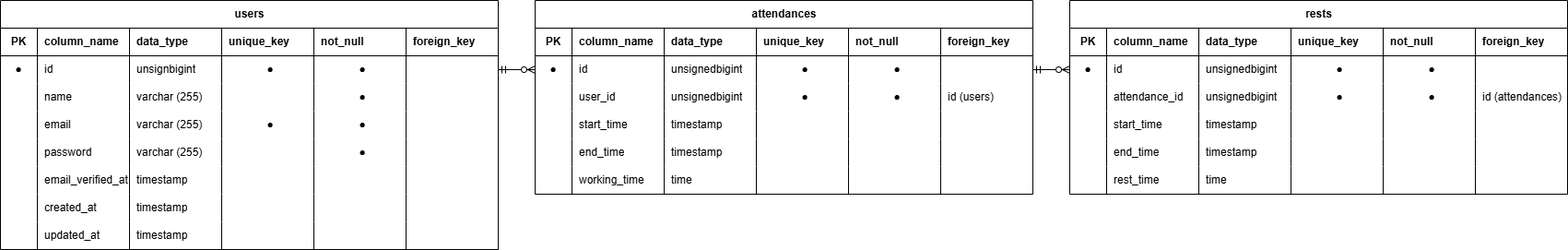
The draw.io diagram ER.png in TsuneoHakoyama/Atte, before a commit. Source tidied: cells renumbered, new cells last; positions are measured from the earlier drawing's top-left corner, leaving out a move shared by most shapes.
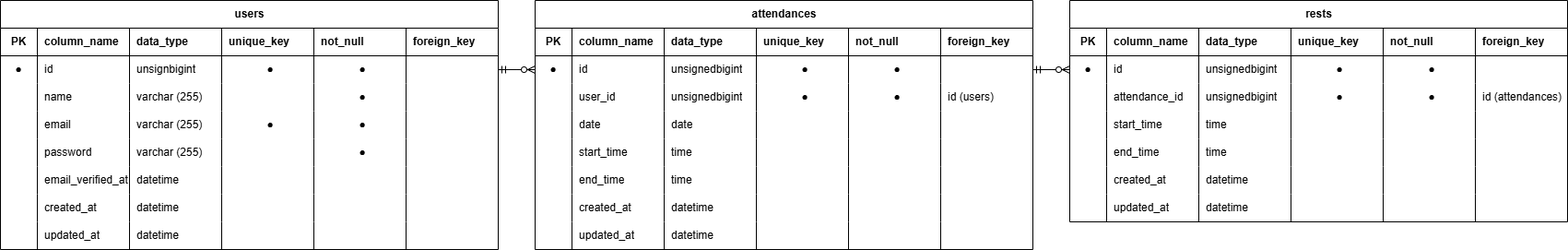
The same file after the commit.

Diff of the diagram source:
```diff
@@ -119,7 +119,7 @@
     <mxCell id="40" value="email_verified_at" style="shape=partialRectangle;fillColor=none;top=0;left=0;bottom=0;right=0;align=left;spacingLeft=6;overflow=hidden;whiteSpace=wrap;html=1;" parent="38" vertex="1">
       <mxGeometry x="40" width="100" height="30" as="geometry" />
     </mxCell>
-    <mxCell id="41" value="timestamp" style="shape=partialRectangle;fillColor=none;top=0;left=0;bottom=0;right=0;align=left;spacingLeft=6;overflow=hidden;whiteSpace=wrap;html=1;" parent="38" vertex="1">
+    <mxCell id="41" value="datetime" style="shape=partialRectangle;fillColor=none;top=0;left=0;bottom=0;right=0;align=left;spacingLeft=6;overflow=hidden;whiteSpace=wrap;html=1;" parent="38" vertex="1">
       <mxGeometry x="140" width="100" height="30" as="geometry" />
     </mxCell>
     <mxCell id="42" style="shape=partialRectangle;fillColor=none;top=0;left=0;bottom=0;right=0;align=left;spacingLeft=6;overflow=hidden;whiteSpace=wrap;html=1;" parent="38" vertex="1">
@@ -140,7 +140,7 @@
     <mxCell id="47" value="created_at" style="shape=partialRectangle;fillColor=none;top=0;left=0;bottom=0;right=0;align=left;spacingLeft=6;overflow=hidden;whiteSpace=wrap;html=1;" parent="45" vertex="1">
       <mxGeometry x="40" width="100" height="30" as="geometry" />
     </mxCell>
-    <mxCell id="48" value="&lt;span style=&quot;color: rgb(0, 0, 0);&quot;&gt;timestamp&lt;/span&gt;" style="shape=partialRectangle;fillColor=none;top=0;left=0;bottom=0;right=0;align=left;spacingLeft=6;overflow=hidden;whiteSpace=wrap;html=1;" parent="45" vertex="1">
+    <mxCell id="48" value="datetime" style="shape=partialRectangle;fillColor=none;top=0;left=0;bottom=0;right=0;align=left;spacingLeft=6;overflow=hidden;whiteSpace=wrap;html=1;" parent="45" vertex="1">
       <mxGeometry x="140" width="100" height="30" as="geometry" />
     </mxCell>
     <mxCell id="49" style="shape=partialRectangle;fillColor=none;top=0;left=0;bottom=0;right=0;align=left;spacingLeft=6;overflow=hidden;whiteSpace=wrap;html=1;" parent="45" vertex="1">
@@ -161,7 +161,7 @@
     <mxCell id="54" value="updated_at" style="shape=partialRectangle;fillColor=none;top=0;left=0;bottom=0;right=0;align=left;spacingLeft=6;overflow=hidden;whiteSpace=wrap;html=1;" parent="52" vertex="1">
       <mxGeometry x="40" width="100" height="30" as="geometry" />
     </mxCell>
-    <mxCell id="55" value="&lt;span style=&quot;color: rgb(0, 0, 0);&quot;&gt;timestamp&lt;/span&gt;" style="shape=partialRectangle;fillColor=none;top=0;left=0;bottom=0;right=0;align=left;spacingLeft=6;overflow=hidden;whiteSpace=wrap;html=1;" parent="52" vertex="1">
+    <mxCell id="55" value="datetime" style="shape=partialRectangle;fillColor=none;top=0;left=0;bottom=0;right=0;align=left;spacingLeft=6;overflow=hidden;whiteSpace=wrap;html=1;" parent="52" vertex="1">
       <mxGeometry x="140" width="100" height="30" as="geometry" />
     </mxCell>
     <mxCell id="56" style="shape=partialRectangle;fillColor=none;top=0;left=0;bottom=0;right=0;align=left;spacingLeft=6;overflow=hidden;whiteSpace=wrap;html=1;" parent="52" vertex="1">
@@ -174,7 +174,7 @@
       <mxGeometry x="440" width="100" height="30" as="geometry" />
     </mxCell>
     <mxCell id="59" value="attendances" style="shape=table;startSize=30;rowLines=0;fontStyle=1;align=center;html=1;" parent="1" vertex="1">
-      <mxGeometry x="580" width="540" height="210" as="geometry" />
+      <mxGeometry x="580" width="540" height="270" as="geometry" />
     </mxCell>
     <mxCell id="60" style="shape=tableRow;horizontal=0;startSize=0;swimlaneHead=0;swimlaneBody=0;fillColor=none;top=0;left=0;right=0;bottom=1;" parent="59" vertex="1">
       <mxGeometry y="30" width="540" height="30" as="geometry" />
@@ -239,8 +239,29 @@
     <mxCell id="80" value="id (users)" style="shape=partialRectangle;fillColor=none;top=0;left=0;bottom=0;right=0;align=left;spacingLeft=6;overflow=hidden;whiteSpace=wrap;html=1;" parent="74" vertex="1">
       <mxGeometry x="440" width="100" height="30" as="geometry" />
     </mxCell>
+    <mxCell id="147" style="shape=tableRow;horizontal=0;startSize=0;swimlaneHead=0;swimlaneBody=0;fillColor=none;top=0;left=0;right=0;bottom=0;" parent="59" vertex="1">
+      <mxGeometry y="120" width="540" height="30" as="geometry" />
+    </mxCell>
+    <mxCell id="148" style="shape=partialRectangle;fillColor=none;top=0;left=0;bottom=0;right=0;overflow=hidden;whiteSpace=wrap;html=1;" parent="147" vertex="1">
+      <mxGeometry width="40" height="30" as="geometry" />
+    </mxCell>
+    <mxCell id="149" value="date" style="shape=partialRectangle;fillColor=none;top=0;left=0;bottom=0;right=0;align=left;spacingLeft=6;overflow=hidden;whiteSpace=wrap;html=1;" parent="147" vertex="1">
+      <mxGeometry x="40" width="100" height="30" as="geometry" />
+    </mxCell>
+    <mxCell id="150" value="date" style="shape=partialRectangle;fillColor=none;top=0;left=0;bottom=0;right=0;align=left;spacingLeft=6;overflow=hidden;whiteSpace=wrap;html=1;" parent="147" vertex="1">
+      <mxGeometry x="140" width="100" height="30" as="geometry" />
+    </mxCell>
+    <mxCell id="151" style="shape=partialRectangle;fillColor=none;top=0;left=0;bottom=0;right=0;align=left;spacingLeft=6;overflow=hidden;whiteSpace=wrap;html=1;" parent="147" vertex="1">
+      <mxGeometry x="240" width="100" height="30" as="geometry" />
+    </mxCell>
+    <mxCell id="152" style="shape=partialRectangle;fillColor=none;top=0;left=0;bottom=0;right=0;align=center;spacingLeft=6;overflow=hidden;whiteSpace=wrap;html=1;" parent="147" vertex="1">
+      <mxGeometry x="340" width="100" height="30" as="geometry" />
+    </mxCell>
+    <mxCell id="153" style="shape=partialRectangle;fillColor=none;top=0;left=0;bottom=0;right=0;align=left;spacingLeft=6;overflow=hidden;whiteSpace=wrap;html=1;" parent="147" vertex="1">
+      <mxGeometry x="440" width="100" height="30" as="geometry" />
+    </mxCell>
     <mxCell id="81" style="shape=tableRow;horizontal=0;startSize=0;swimlaneHead=0;swimlaneBody=0;fillColor=none;top=0;left=0;right=0;bottom=0;" parent="59" vertex="1">
-      <mxGeometry y="120" width="540" height="30" as="geometry" />
+      <mxGeometry y="150" width="540" height="30" as="geometry" />
     </mxCell>
     <mxCell id="82" style="shape=partialRectangle;fillColor=none;top=0;left=0;bottom=0;right=0;overflow=hidden;whiteSpace=wrap;html=1;" parent="81" vertex="1">
       <mxGeometry width="40" height="30" as="geometry" />
@@ -248,7 +269,7 @@
     <mxCell id="83" value="start_time" style="shape=partialRectangle;fillColor=none;top=0;left=0;bottom=0;right=0;align=left;spacingLeft=6;overflow=hidden;whiteSpace=wrap;html=1;" parent="81" vertex="1">
       <mxGeometry x="40" width="100" height="30" as="geometry" />
     </mxCell>
-    <mxCell id="84" value="timestamp" style="shape=partialRectangle;fillColor=none;top=0;left=0;bottom=0;right=0;align=left;spacingLeft=6;overflow=hidden;whiteSpace=wrap;html=1;" parent="81" vertex="1">
+    <mxCell id="84" value="time" style="shape=partialRectangle;fillColor=none;top=0;left=0;bottom=0;right=0;align=left;spacingLeft=6;overflow=hidden;whiteSpace=wrap;html=1;" parent="81" vertex="1">
       <mxGeometry x="140" width="100" height="30" as="geometry" />
     </mxCell>
     <mxCell id="85" style="shape=partialRectangle;fillColor=none;top=0;left=0;bottom=0;right=0;align=left;spacingLeft=6;overflow=hidden;whiteSpace=wrap;html=1;" parent="81" vertex="1">
@@ -261,7 +282,7 @@
       <mxGeometry x="440" width="100" height="30" as="geometry" />
     </mxCell>
     <mxCell id="88" style="shape=tableRow;horizontal=0;startSize=0;swimlaneHead=0;swimlaneBody=0;fillColor=none;top=0;left=0;right=0;bottom=0;" parent="59" vertex="1">
-      <mxGeometry y="150" width="540" height="30" as="geometry" />
+      <mxGeometry y="180" width="540" height="30" as="geometry" />
     </mxCell>
     <mxCell id="89" style="shape=partialRectangle;fillColor=none;top=0;left=0;bottom=0;right=0;overflow=hidden;whiteSpace=wrap;html=1;" parent="88" vertex="1">
       <mxGeometry width="40" height="30" as="geometry" />
@@ -269,7 +290,7 @@
     <mxCell id="90" value="end_time" style="shape=partialRectangle;fillColor=none;top=0;left=0;bottom=0;right=0;align=left;spacingLeft=6;overflow=hidden;whiteSpace=wrap;html=1;" parent="88" vertex="1">
       <mxGeometry x="40" width="100" height="30" as="geometry" />
     </mxCell>
-    <mxCell id="91" value="timestamp" style="shape=partialRectangle;fillColor=none;top=0;left=0;bottom=0;right=0;align=left;spacingLeft=6;overflow=hidden;whiteSpace=wrap;html=1;" parent="88" vertex="1">
+    <mxCell id="91" value="time" style="shape=partialRectangle;fillColor=none;top=0;left=0;bottom=0;right=0;align=left;spacingLeft=6;overflow=hidden;whiteSpace=wrap;html=1;" parent="88" vertex="1">
       <mxGeometry x="140" width="100" height="30" as="geometry" />
     </mxCell>
     <mxCell id="92" style="shape=partialRectangle;fillColor=none;top=0;left=0;bottom=0;right=0;align=center;spacingLeft=6;overflow=hidden;whiteSpace=wrap;html=1;verticalAlign=middle;" parent="88" vertex="1">
@@ -281,29 +302,50 @@
     <mxCell id="94" style="shape=partialRectangle;fillColor=none;top=0;left=0;bottom=0;right=0;align=left;spacingLeft=6;overflow=hidden;whiteSpace=wrap;html=1;" parent="88" vertex="1">
       <mxGeometry x="440" width="100" height="30" as="geometry" />
     </mxCell>
-    <mxCell id="95" style="shape=tableRow;horizontal=0;startSize=0;swimlaneHead=0;swimlaneBody=0;fillColor=none;top=0;left=0;right=0;bottom=0;" parent="59" vertex="1">
-      <mxGeometry y="180" width="540" height="30" as="geometry" />
-    </mxCell>
-    <mxCell id="96" style="shape=partialRectangle;fillColor=none;top=0;left=0;bottom=0;right=0;overflow=hidden;whiteSpace=wrap;html=1;" parent="95" vertex="1">
-      <mxGeometry width="40" height="30" as="geometry" />
-    </mxCell>
-    <mxCell id="97" value="working_time" style="shape=partialRectangle;fillColor=none;top=0;left=0;bottom=0;right=0;align=left;spacingLeft=6;overflow=hidden;whiteSpace=wrap;html=1;" parent="95" vertex="1">
-      <mxGeometry x="40" width="100" height="30" as="geometry" />
-    </mxCell>
-    <mxCell id="98" value="time" style="shape=partialRectangle;fillColor=none;top=0;left=0;bottom=0;right=0;align=left;spacingLeft=6;overflow=hidden;whiteSpace=wrap;html=1;" parent="95" vertex="1">
-      <mxGeometry x="140" width="100" height="30" as="geometry" />
-    </mxCell>
-    <mxCell id="99" style="shape=partialRectangle;fillColor=none;top=0;left=0;bottom=0;right=0;align=left;spacingLeft=6;overflow=hidden;whiteSpace=wrap;html=1;" parent="95" vertex="1">
-      <mxGeometry x="240" width="100" height="30" as="geometry" />
-    </mxCell>
-    <mxCell id="100" style="shape=partialRectangle;fillColor=none;top=0;left=0;bottom=0;right=0;align=center;spacingLeft=6;overflow=hidden;whiteSpace=wrap;html=1;" parent="95" vertex="1">
-      <mxGeometry x="340" width="100" height="30" as="geometry" />
-    </mxCell>
-    <mxCell id="101" style="shape=partialRectangle;fillColor=none;top=0;left=0;bottom=0;right=0;align=left;spacingLeft=6;overflow=hidden;whiteSpace=wrap;html=1;" parent="95" vertex="1">
-      <mxGeometry x="440" width="100" height="30" as="geometry" />
-    </mxCell>
+    <mxCell id="154" style="shape=tableRow;horizontal=0;startSize=0;swimlaneHead=0;swimlaneBody=0;fillColor=none;top=0;left=0;right=0;bottom=0;" parent="59" vertex="1">
+      <mxGeometry y="210" width="540" height="30" as="geometry" />
+    </mxCell>
+    <mxCell id="155" style="shape=partialRectangle;fillColor=none;top=0;left=0;bottom=0;right=0;overflow=hidden;whiteSpace=wrap;html=1;" parent="154" vertex="1">
+      <mxGeometry width="40" height="30" as="geometry" />
+    </mxCell>
+    <mxCell id="156" value="created_at" style="shape=partialRectangle;fillColor=none;top=0;left=0;bottom=0;right=0;align=left;spacingLeft=6;overflow=hidden;whiteSpace=wrap;html=1;" parent="154" vertex="1">
+      <mxGeometry x="40" width="100" height="30" as="geometry" />
+    </mxCell>
+    <mxCell id="157" value="datetime" style="shape=partialRectangle;fillColor=none;top=0;left=0;bottom=0;right=0;align=left;spacingLeft=6;overflow=hidden;whiteSpace=wrap;html=1;" parent="154" vertex="1">
+      <mxGeometry x="140" width="100" height="30" as="geometry" />
+    </mxCell>
+    <mxCell id="158" style="shape=partialRectangle;fillColor=none;top=0;left=0;bottom=0;right=0;align=center;spacingLeft=6;overflow=hidden;whiteSpace=wrap;html=1;verticalAlign=middle;" parent="154" vertex="1">
+      <mxGeometry x="240" width="100" height="30" as="geometry" />
+    </mxCell>
+    <mxCell id="159" style="shape=partialRectangle;fillColor=none;top=0;left=0;bottom=0;right=0;align=center;spacingLeft=6;overflow=hidden;whiteSpace=wrap;html=1;" parent="154" vertex="1">
+      <mxGeometry x="340" width="100" height="30" as="geometry" />
+    </mxCell>
+    <mxCell id="160" style="shape=partialRectangle;fillColor=none;top=0;left=0;bottom=0;right=0;align=left;spacingLeft=6;overflow=hidden;whiteSpace=wrap;html=1;" parent="154" vertex="1">
+      <mxGeometry x="440" width="100" height="30" as="geometry" />
+    </mxCell>
+    <mxCell id="161" style="shape=tableRow;horizontal=0;startSize=0;swimlaneHead=0;swimlaneBody=0;fillColor=none;top=0;left=0;right=0;bottom=0;" parent="59" vertex="1">
+      <mxGeometry y="240" width="540" height="30" as="geometry" />
+    </mxCell>
+    <mxCell id="162" style="shape=partialRectangle;fillColor=none;top=0;left=0;bottom=0;right=0;overflow=hidden;whiteSpace=wrap;html=1;" parent="161" vertex="1">
+      <mxGeometry width="40" height="30" as="geometry" />
+    </mxCell>
+    <mxCell id="163" value="updated_at" style="shape=partialRectangle;fillColor=none;top=0;left=0;bottom=0;right=0;align=left;spacingLeft=6;overflow=hidden;whiteSpace=wrap;html=1;" parent="161" vertex="1">
+      <mxGeometry x="40" width="100" height="30" as="geometry" />
+    </mxCell>
+    <mxCell id="164" value="datetime" style="shape=partialRectangle;fillColor=none;top=0;left=0;bottom=0;right=0;align=left;spacingLeft=6;overflow=hidden;whiteSpace=wrap;html=1;" parent="161" vertex="1">
+      <mxGeometry x="140" width="100" height="30" as="geometry" />
+    </mxCell>
+    <mxCell id="165" style="shape=partialRectangle;fillColor=none;top=0;left=0;bottom=0;right=0;align=center;spacingLeft=6;overflow=hidden;whiteSpace=wrap;html=1;verticalAlign=middle;" parent="161" vertex="1">
+      <mxGeometry x="240" width="100" height="30" as="geometry" />
+    </mxCell>
+    <mxCell id="166" style="shape=partialRectangle;fillColor=none;top=0;left=0;bottom=0;right=0;align=center;spacingLeft=6;overflow=hidden;whiteSpace=wrap;html=1;" parent="161" vertex="1">
+      <mxGeometry x="340" width="100" height="30" as="geometry" />
+    </mxCell>
+    <mxCell id="167" style="shape=partialRectangle;fillColor=none;top=0;left=0;bottom=0;right=0;align=left;spacingLeft=6;overflow=hidden;whiteSpace=wrap;html=1;" parent="161" vertex="1">
+      <mxGeometry x="440" width="100" height="30" as="geometry" />
+    </mxCell>
     <mxCell id="102" value="rests" style="shape=table;startSize=30;rowLines=0;fontStyle=1;align=center;html=1;" parent="1" vertex="1">
-      <mxGeometry x="1160" width="540" height="210" as="geometry" />
+      <mxGeometry x="1160" width="540" height="240" as="geometry" />
     </mxCell>
     <mxCell id="103" style="shape=tableRow;horizontal=0;startSize=0;swimlaneHead=0;swimlaneBody=0;fillColor=none;top=0;left=0;right=0;bottom=1;" parent="102" vertex="1">
       <mxGeometry y="30" width="540" height="30" as="geometry" />
@@ -377,7 +419,7 @@
     <mxCell id="126" value="start_time" style="shape=partialRectangle;fillColor=none;top=0;left=0;bottom=0;right=0;align=left;spacingLeft=6;overflow=hidden;whiteSpace=wrap;html=1;" parent="124" vertex="1">
       <mxGeometry x="40" width="100" height="30" as="geometry" />
     </mxCell>
-    <mxCell id="127" value="timestamp" style="shape=partialRectangle;fillColor=none;top=0;left=0;bottom=0;right=0;align=left;spacingLeft=6;overflow=hidden;whiteSpace=wrap;html=1;" parent="124" vertex="1">
+    <mxCell id="127" value="time" style="shape=partialRectangle;fillColor=none;top=0;left=0;bottom=0;right=0;align=left;spacingLeft=6;overflow=hidden;whiteSpace=wrap;html=1;" parent="124" vertex="1">
       <mxGeometry x="140" width="100" height="30" as="geometry" />
     </mxCell>
     <mxCell id="128" style="shape=partialRectangle;fillColor=none;top=0;left=0;bottom=0;right=0;align=left;spacingLeft=6;overflow=hidden;whiteSpace=wrap;html=1;" parent="124" vertex="1">
@@ -398,7 +440,7 @@
     <mxCell id="133" value="end_time" style="shape=partialRectangle;fillColor=none;top=0;left=0;bottom=0;right=0;align=left;spacingLeft=6;overflow=hidden;whiteSpace=wrap;html=1;" parent="131" vertex="1">
       <mxGeometry x="40" width="100" height="30" as="geometry" />
     </mxCell>
-    <mxCell id="134" value="timestamp" style="shape=partialRectangle;fillColor=none;top=0;left=0;bottom=0;right=0;align=left;spacingLeft=6;overflow=hidden;whiteSpace=wrap;html=1;" parent="131" vertex="1">
+    <mxCell id="134" value="time" style="shape=partialRectangle;fillColor=none;top=0;left=0;bottom=0;right=0;align=left;spacingLeft=6;overflow=hidden;whiteSpace=wrap;html=1;" parent="131" vertex="1">
       <mxGeometry x="140" width="100" height="30" as="geometry" />
     </mxCell>
     <mxCell id="135" style="shape=partialRectangle;fillColor=none;top=0;left=0;bottom=0;right=0;align=center;spacingLeft=6;overflow=hidden;whiteSpace=wrap;html=1;verticalAlign=middle;" parent="131" vertex="1">
@@ -410,27 +452,48 @@
     <mxCell id="137" style="shape=partialRectangle;fillColor=none;top=0;left=0;bottom=0;right=0;align=left;spacingLeft=6;overflow=hidden;whiteSpace=wrap;html=1;" parent="131" vertex="1">
       <mxGeometry x="440" width="100" height="30" as="geometry" />
     </mxCell>
-    <mxCell id="138" style="shape=tableRow;horizontal=0;startSize=0;swimlaneHead=0;swimlaneBody=0;fillColor=none;top=0;left=0;right=0;bottom=0;" parent="102" vertex="1">
-      <mxGeometry y="180" width="540" height="30" as="geometry" />
-    </mxCell>
-    <mxCell id="139" style="shape=partialRectangle;fillColor=none;top=0;left=0;bottom=0;right=0;overflow=hidden;whiteSpace=wrap;html=1;" parent="138" vertex="1">
-      <mxGeometry width="40" height="30" as="geometry" />
-    </mxCell>
-    <mxCell id="140" value="rest_time" style="shape=partialRectangle;fillColor=none;top=0;left=0;bottom=0;right=0;align=left;spacingLeft=6;overflow=hidden;whiteSpace=wrap;html=1;" parent="138" vertex="1">
-      <mxGeometry x="40" width="100" height="30" as="geometry" />
-    </mxCell>
-    <mxCell id="141" value="time" style="shape=partialRectangle;fillColor=none;top=0;left=0;bottom=0;right=0;align=left;spacingLeft=6;overflow=hidden;whiteSpace=wrap;html=1;" parent="138" vertex="1">
-      <mxGeometry x="140" width="100" height="30" as="geometry" />
-    </mxCell>
-    <mxCell id="142" style="shape=partialRectangle;fillColor=none;top=0;left=0;bottom=0;right=0;align=left;spacingLeft=6;overflow=hidden;whiteSpace=wrap;html=1;" parent="138" vertex="1">
-      <mxGeometry x="240" width="100" height="30" as="geometry" />
-    </mxCell>
-    <mxCell id="143" style="shape=partialRectangle;fillColor=none;top=0;left=0;bottom=0;right=0;align=center;spacingLeft=6;overflow=hidden;whiteSpace=wrap;html=1;" parent="138" vertex="1">
-      <mxGeometry x="340" width="100" height="30" as="geometry" />
-    </mxCell>
-    <mxCell id="144" style="shape=partialRectangle;fillColor=none;top=0;left=0;bottom=0;right=0;align=left;spacingLeft=6;overflow=hidden;whiteSpace=wrap;html=1;" parent="138" vertex="1">
-      <mxGeometry x="440" width="100" height="30" as="geometry" />
-    </mxCell>
+    <mxCell id="168" style="shape=tableRow;horizontal=0;startSize=0;swimlaneHead=0;swimlaneBody=0;fillColor=none;top=0;left=0;right=0;bottom=0;" parent="102" vertex="1">
+      <mxGeometry y="180" width="540" height="30" as="geometry" />
+    </mxCell>
+    <mxCell id="169" style="shape=partialRectangle;fillColor=none;top=0;left=0;bottom=0;right=0;overflow=hidden;whiteSpace=wrap;html=1;" parent="168" vertex="1">
+      <mxGeometry width="40" height="30" as="geometry" />
+    </mxCell>
+    <mxCell id="170" value="created_at" style="shape=partialRectangle;fillColor=none;top=0;left=0;bottom=0;right=0;align=left;spacingLeft=6;overflow=hidden;whiteSpace=wrap;html=1;" parent="168" vertex="1">
+      <mxGeometry x="40" width="100" height="30" as="geometry" />
+    </mxCell>
+    <mxCell id="171" value="datetime" style="shape=partialRectangle;fillColor=none;top=0;left=0;bottom=0;right=0;align=left;spacingLeft=6;overflow=hidden;whiteSpace=wrap;html=1;" parent="168" vertex="1">
+      <mxGeometry x="140" width="100" height="30" as="geometry" />
+    </mxCell>
+    <mxCell id="172" style="shape=partialRectangle;fillColor=none;top=0;left=0;bottom=0;right=0;align=center;spacingLeft=6;overflow=hidden;whiteSpace=wrap;html=1;verticalAlign=middle;" parent="168" vertex="1">
+      <mxGeometry x="240" width="100" height="30" as="geometry" />
+    </mxCell>
+    <mxCell id="173" style="shape=partialRectangle;fillColor=none;top=0;left=0;bottom=0;right=0;align=center;spacingLeft=6;overflow=hidden;whiteSpace=wrap;html=1;" parent="168" vertex="1">
+      <mxGeometry x="340" width="100" height="30" as="geometry" />
+    </mxCell>
+    <mxCell id="174" style="shape=partialRectangle;fillColor=none;top=0;left=0;bottom=0;right=0;align=left;spacingLeft=6;overflow=hidden;whiteSpace=wrap;html=1;" parent="168" vertex="1">
+      <mxGeometry x="440" width="100" height="30" as="geometry" />
+    </mxCell>
+    <mxCell id="175" style="shape=tableRow;horizontal=0;startSize=0;swimlaneHead=0;swimlaneBody=0;fillColor=none;top=0;left=0;right=0;bottom=0;" parent="102" vertex="1">
+      <mxGeometry y="210" width="540" height="30" as="geometry" />
+    </mxCell>
+    <mxCell id="176" style="shape=partialRectangle;fillColor=none;top=0;left=0;bottom=0;right=0;overflow=hidden;whiteSpace=wrap;html=1;" parent="175" vertex="1">
+      <mxGeometry width="40" height="30" as="geometry" />
+    </mxCell>
+    <mxCell id="177" value="updated_at" style="shape=partialRectangle;fillColor=none;top=0;left=0;bottom=0;right=0;align=left;spacingLeft=6;overflow=hidden;whiteSpace=wrap;html=1;" parent="175" vertex="1">
+      <mxGeometry x="40" width="100" height="30" as="geometry" />
+    </mxCell>
+    <mxCell id="178" value="datetime" style="shape=partialRectangle;fillColor=none;top=0;left=0;bottom=0;right=0;align=left;spacingLeft=6;overflow=hidden;whiteSpace=wrap;html=1;" parent="175" vertex="1">
+      <mxGeometry x="140" width="100" height="30" as="geometry" />
+    </mxCell>
+    <mxCell id="179" style="shape=partialRectangle;fillColor=none;top=0;left=0;bottom=0;right=0;align=center;spacingLeft=6;overflow=hidden;whiteSpace=wrap;html=1;verticalAlign=middle;" parent="175" vertex="1">
+      <mxGeometry x="240" width="100" height="30" as="geometry" />
+    </mxCell>
+    <mxCell id="180" style="shape=partialRectangle;fillColor=none;top=0;left=0;bottom=0;right=0;align=center;spacingLeft=6;overflow=hidden;whiteSpace=wrap;html=1;" parent="175" vertex="1">
+      <mxGeometry x="340" width="100" height="30" as="geometry" />
+    </mxCell>
+    <mxCell id="181" style="shape=partialRectangle;fillColor=none;top=0;left=0;bottom=0;right=0;align=left;spacingLeft=6;overflow=hidden;whiteSpace=wrap;html=1;" parent="175" vertex="1">
+      <mxGeometry x="440" width="100" height="30" as="geometry" />
+    </mxCell>
     <mxCell id="145" style="edgeStyle=entityRelationEdgeStyle;fontSize=12;html=1;endArrow=ERzeroToMany;startArrow=ERmandOne;exitX=1;exitY=0.5;exitDx=0;exitDy=0;entryX=0;entryY=0.5;entryDx=0;entryDy=0;" parent="1" edge="1" source="10" target="67">
       <mxGeometry relative="1" as="geometry" />
     </mxCell>
```
